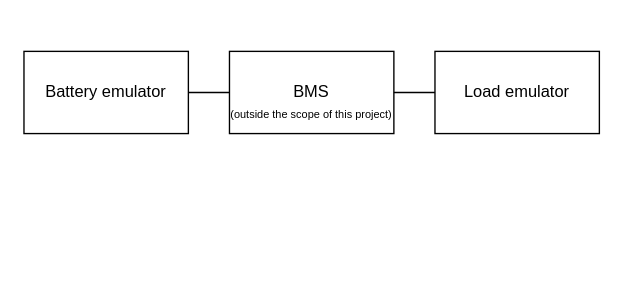
Before: Blockdiagrams/Global_project_description.drawio in HeinVerhallen/Hardware_Simulator, a draw.io diagram. Source tidied: cells renumbered, new cells numbered last; positions are measured from the earlier drawing's top-left corner, leaving out a move shared by most shapes. Both pictures are drawn from the tidied source at 137%, with x=0, y=0 at pixel (23, 51).
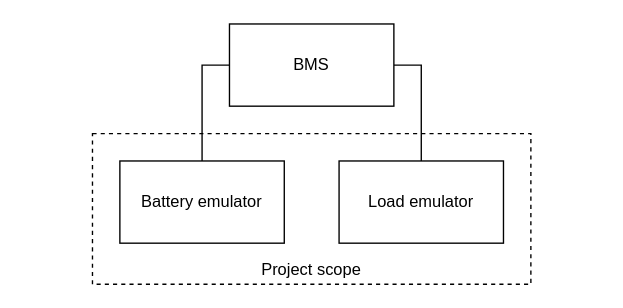
Above is the later version.

What changed in the source:
```diff
@@
 <mxGraphModel>
   <root>
     <mxCell id="0" />
     <mxCell id="1" parent="0" />
+    <mxCell id="7" style="rounded=0;whiteSpace=wrap;html=1;dashed=1;" parent="1" vertex="1">
+      <mxGeometry x="50" y="60" width="320" height="110" as="geometry" />
+    </mxCell>
+    <mxCell id="5" style="edgeStyle=orthogonalEdgeStyle;rounded=0;jettySize=auto;html=1;exitX=0.5;exitY=0;exitDx=0;exitDy=0;entryX=0;entryY=0.5;entryDx=0;entryDy=0;endArrow=none;endFill=0;" parent="1" edge="1" source="2" target="3">
+      <mxGeometry relative="1" as="geometry" />
+    </mxCell>
     <mxCell id="2" value="Battery emulator" style="rounded=0;whiteSpace=wrap;html=1;" parent="1" vertex="1">
-      <mxGeometry width="120" height="60" as="geometry" />
+      <mxGeometry x="70" y="80" width="120" height="60" as="geometry" />
     </mxCell>
+    <mxCell id="6" style="edgeStyle=orthogonalEdgeStyle;rounded=0;jettySize=auto;html=1;exitX=1;exitY=0.5;exitDx=0;exitDy=0;entryX=0.5;entryY=0;entryDx=0;entryDy=0;endArrow=none;endFill=0;" parent="1" edge="1" source="3" target="4">
+      <mxGeometry relative="1" as="geometry" />
+    </mxCell>
-    <mxCell id="3" value="&lt;br&gt;BMS&lt;br&gt;&lt;font style=&quot;font-size: 8px;&quot;&gt;(outside the scope of this project)&lt;/font&gt;" style="rounded=0;whiteSpace=wrap;html=1;" parent="1" vertex="1">
-      <mxGeometry x="150" width="120" height="60" as="geometry" />
+    <mxCell id="3" value="BMS" style="rounded=0;whiteSpace=wrap;html=1;" parent="1" vertex="1">
+      <mxGeometry x="150" y="-20" width="120" height="60" as="geometry" />
     </mxCell>
     <mxCell id="4" value="Load&amp;nbsp;emulator" style="rounded=0;whiteSpace=wrap;html=1;" parent="1" vertex="1">
-      <mxGeometry x="300" width="120" height="60" as="geometry" />
+      <mxGeometry x="230" y="80" width="120" height="60" as="geometry" />
     </mxCell>
-    <mxCell id="5" style="endArrow=none;html=1;rounded=0;entryX=0;entryY=0.5;entryDx=0;entryDy=0;exitX=1;exitY=0.5;exitDx=0;exitDy=0;" parent="1" edge="1" source="2" target="3">
-      <mxGeometry relative="1" as="geometry" />
-    </mxCell>
-    <mxCell id="6" style="endArrow=none;html=1;rounded=0;entryX=0;entryY=0.5;entryDx=0;entryDy=0;exitX=1;exitY=0.5;exitDx=0;exitDy=0;" parent="1" edge="1" source="3" target="4">
-      <mxGeometry relative="1" as="geometry" />
-    </mxCell>
+    <mxCell id="8" value="Project scope" style="text;html=1;strokeColor=none;fillColor=none;align=center;verticalAlign=middle;whiteSpace=wrap;rounded=0;dashed=1;" parent="1" vertex="1">
+      <mxGeometry x="170" y="150" width="80" height="20" as="geometry" />
+    </mxCell>
   </root>
 </mxGraphModel>
```
